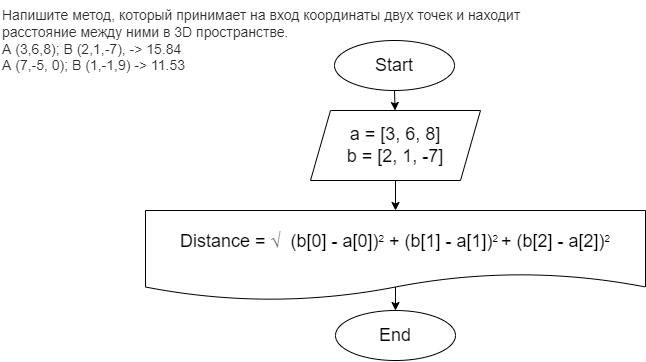
Earlier version of the draw.io export Task_2/diagram.drawio.png (LiudmilaKozenkova/Seminar3_CSharp_Homework). Source tidied: cells renumbered, new cells last; positions are measured from the earlier drawing's top-left corner, leaving out a move shared by most shapes. The source it was exported from:
```xml
<mxGraphModel math="1">
  <root>
    <mxCell id="0" />
    <mxCell id="1" parent="0" />
    <mxCell id="2" value="&lt;p style=&quot;box-sizing: border-box; margin: 0px; font-weight: 400; color: rgb(44, 45, 48); font-family: roboto, &amp;quot;san francisco&amp;quot;, &amp;quot;helvetica neue&amp;quot;, helvetica, arial; font-size: 14px; font-style: normal; letter-spacing: normal; text-indent: 0px; text-transform: none; word-spacing: 0px; background-color: rgb(255, 255, 255);&quot;&gt;Напишите метод, который принимает на вход координаты двух точек и находит расстояние между ними в 3D пространстве.&lt;/p&gt;&lt;p style=&quot;box-sizing: border-box; margin: 0px; font-weight: 400; color: rgb(44, 45, 48); font-family: roboto, &amp;quot;san francisco&amp;quot;, &amp;quot;helvetica neue&amp;quot;, helvetica, arial; font-size: 14px; font-style: normal; letter-spacing: normal; text-indent: 0px; text-transform: none; word-spacing: 0px; background-color: rgb(255, 255, 255);&quot;&gt;A (3,6,8); B (2,1,-7), -&amp;gt; 15.84&lt;/p&gt;&lt;p style=&quot;box-sizing: border-box; margin: 0px; font-weight: 400; color: rgb(44, 45, 48); font-family: roboto, &amp;quot;san francisco&amp;quot;, &amp;quot;helvetica neue&amp;quot;, helvetica, arial; font-size: 14px; font-style: normal; letter-spacing: normal; text-indent: 0px; text-transform: none; word-spacing: 0px; background-color: rgb(255, 255, 255);&quot;&gt;A (7,-5, 0); B (1,-1,9) -&amp;gt; 11.53&lt;/p&gt;" style="text;whiteSpace=wrap;html=1;" parent="1" vertex="1">
      <mxGeometry width="550" height="70" as="geometry" />
    </mxCell>
    <mxCell id="3" style="edgeStyle=none;html=1;fontSize=18;" parent="1" edge="1" source="4" target="6">
      <mxGeometry relative="1" as="geometry" />
    </mxCell>
    <mxCell id="4" value="&lt;font style=&quot;font-size: 18px&quot;&gt;Start&lt;/font&gt;" style="ellipse;whiteSpace=wrap;html=1;" parent="1" vertex="1">
      <mxGeometry x="334" y="40" width="120" height="50" as="geometry" />
    </mxCell>
    <mxCell id="5" style="edgeStyle=none;html=1;fontSize=18;" parent="1" edge="1" source="6">
      <mxGeometry relative="1" as="geometry">
        <mxPoint x="395" y="210" as="targetPoint" />
      </mxGeometry>
    </mxCell>
    <mxCell id="6" value="&lt;font style=&quot;font-size: 18px&quot;&gt;a = [3, 6, 8]&lt;br&gt;b = [2, 1, -7]&lt;/font&gt;" style="shape=parallelogram;perimeter=parallelogramPerimeter;whiteSpace=wrap;html=1;fixedSize=1;" parent="1" vertex="1">
      <mxGeometry x="310" y="110" width="170" height="70" as="geometry" />
    </mxCell>
    <mxCell id="7" style="edgeStyle=none;html=1;fontSize=18;exitX=0.5;exitY=0.848;exitDx=0;exitDy=0;exitPerimeter=0;" parent="1" edge="1" source="8" target="9">
      <mxGeometry relative="1" as="geometry" />
    </mxCell>
    <mxCell id="8" value="&lt;span style=&quot;font-size: 18px&quot;&gt;Distance =&amp;nbsp;&lt;/span&gt;&lt;span style=&quot;color: rgb(51 , 51 , 51) ; font-family: &amp;#34;arial&amp;#34; , &amp;#34;helvetica&amp;#34; , sans-serif ; font-size: 18px ; background-color: rgb(255 , 255 , 255)&quot;&gt;√&amp;nbsp;&lt;/span&gt;&lt;span style=&quot;font-size: 18px&quot;&gt;&amp;nbsp;(b[0] - a[0])&lt;/span&gt;&lt;sup&gt;2&lt;/sup&gt;&lt;span style=&quot;font-size: 18px&quot;&gt;&amp;nbsp;+ (b[1] - a[1])&lt;/span&gt;&lt;sup&gt;2&amp;nbsp;&lt;/sup&gt;&lt;span style=&quot;font-size: 18px&quot;&gt;+ (b[2] - a[2])&lt;/span&gt;&lt;sup&gt;2&lt;/sup&gt;" style="shape=document;whiteSpace=wrap;html=1;boundedLbl=1;" parent="1" vertex="1">
      <mxGeometry x="145" y="210" width="500" height="90" as="geometry" />
    </mxCell>
    <mxCell id="9" value="&lt;font style=&quot;font-size: 18px&quot;&gt;End&lt;/font&gt;" style="ellipse;whiteSpace=wrap;html=1;" parent="1" vertex="1">
      <mxGeometry x="335" y="310" width="120" height="50" as="geometry" />
    </mxCell>
  </root>
</mxGraphModel>
```
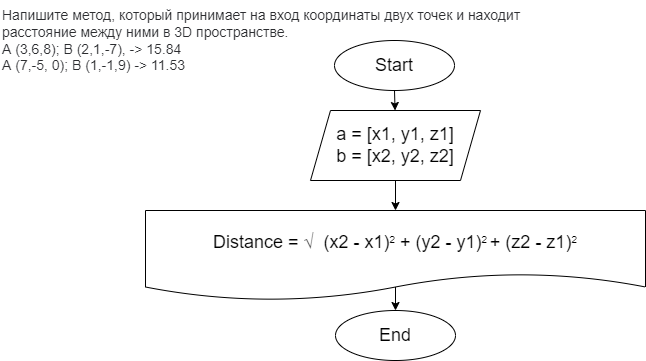
Above is the later version.

Diff of the diagram source:
```diff
@@ -16,13 +16,13 @@
         <mxPoint x="395" y="210" as="targetPoint" />
       </mxGeometry>
     </mxCell>
-    <mxCell id="6" value="&lt;font style=&quot;font-size: 18px&quot;&gt;a = [3, 6, 8]&lt;br&gt;b = [2, 1, -7]&lt;/font&gt;" style="shape=parallelogram;perimeter=parallelogramPerimeter;whiteSpace=wrap;html=1;fixedSize=1;" parent="1" vertex="1">
+    <mxCell id="6" value="&lt;font style=&quot;font-size: 18px&quot;&gt;a = [x1, y1, z1]&lt;br&gt;b = [x2, y2, z2]&lt;/font&gt;" style="shape=parallelogram;perimeter=parallelogramPerimeter;whiteSpace=wrap;html=1;fixedSize=1;" parent="1" vertex="1">
       <mxGeometry x="310" y="110" width="170" height="70" as="geometry" />
     </mxCell>
     <mxCell id="7" style="edgeStyle=none;html=1;fontSize=18;exitX=0.5;exitY=0.848;exitDx=0;exitDy=0;exitPerimeter=0;" parent="1" edge="1" source="8" target="9">
       <mxGeometry relative="1" as="geometry" />
     </mxCell>
-    <mxCell id="8" value="&lt;span style=&quot;font-size: 18px&quot;&gt;Distance =&amp;nbsp;&lt;/span&gt;&lt;span style=&quot;color: rgb(51 , 51 , 51) ; font-family: &amp;#34;arial&amp;#34; , &amp;#34;helvetica&amp;#34; , sans-serif ; font-size: 18px ; background-color: rgb(255 , 255 , 255)&quot;&gt;√&amp;nbsp;&lt;/span&gt;&lt;span style=&quot;font-size: 18px&quot;&gt;&amp;nbsp;(b[0] - a[0])&lt;/span&gt;&lt;sup&gt;2&lt;/sup&gt;&lt;span style=&quot;font-size: 18px&quot;&gt;&amp;nbsp;+ (b[1] - a[1])&lt;/span&gt;&lt;sup&gt;2&amp;nbsp;&lt;/sup&gt;&lt;span style=&quot;font-size: 18px&quot;&gt;+ (b[2] - a[2])&lt;/span&gt;&lt;sup&gt;2&lt;/sup&gt;" style="shape=document;whiteSpace=wrap;html=1;boundedLbl=1;" parent="1" vertex="1">
+    <mxCell id="8" value="&lt;span style=&quot;font-size: 18px&quot;&gt;Distance =&amp;nbsp;&lt;/span&gt;&lt;span style=&quot;color: rgb(51 , 51 , 51) ; font-family: &amp;#34;arial&amp;#34; , &amp;#34;helvetica&amp;#34; , sans-serif ; font-size: 18px ; background-color: rgb(255 , 255 , 255)&quot;&gt;√&amp;nbsp;&lt;/span&gt;&lt;span style=&quot;font-size: 18px&quot;&gt;&amp;nbsp;(x2 - x1)&lt;/span&gt;&lt;sup&gt;2&lt;/sup&gt;&lt;span style=&quot;font-size: 18px&quot;&gt;&amp;nbsp;+ (y2 - y1)&lt;/span&gt;&lt;sup&gt;2&amp;nbsp;&lt;/sup&gt;&lt;span style=&quot;font-size: 18px&quot;&gt;+ (z2 - z1)&lt;/span&gt;&lt;sup&gt;2&lt;/sup&gt;" style="shape=document;whiteSpace=wrap;html=1;boundedLbl=1;" parent="1" vertex="1">
       <mxGeometry x="145" y="210" width="500" height="90" as="geometry" />
     </mxCell>
     <mxCell id="9" value="&lt;font style=&quot;font-size: 18px&quot;&gt;End&lt;/font&gt;" style="ellipse;whiteSpace=wrap;html=1;" parent="1" vertex="1">
```
